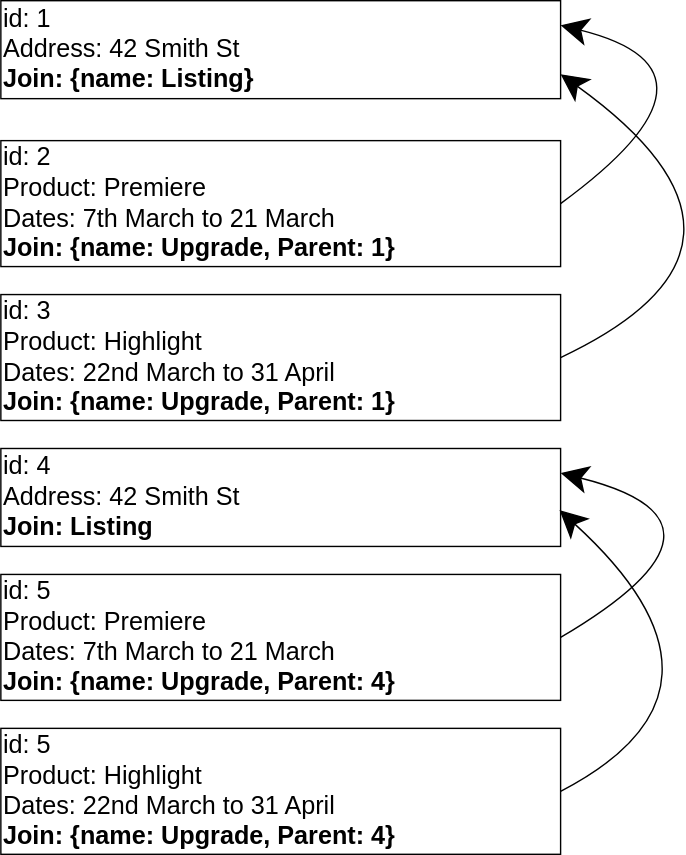
Above: 06-relationship-diagrams/ParentChild.svg in davidbkemp/advanced-elasticsearch-training (draw.io), before the change. Source tidied: cells renumbered, new cells last; positions are measured from the earlier drawing's top-left corner, leaving out a move shared by most shapes. Its diagram source:
```xml
<mxGraphModel>
  <root>
    <mxCell id="0" />
    <mxCell id="1" parent="0" />
    <mxCell id="2" value="id: 1&lt;br style=&quot;font-size: 18px&quot;&gt;Address: 42 Smith St&lt;br style=&quot;font-size: 18px&quot;&gt;&lt;b style=&quot;font-size: 18px&quot;&gt;Join: {name: Listing}&lt;/b&gt;" style="rounded=0;whiteSpace=wrap;html=1;fontSize=18;align=left;" parent="1" vertex="1">
      <mxGeometry width="400" height="70" as="geometry" />
    </mxCell>
    <mxCell id="3" value="id: 2&lt;br style=&quot;font-size: 18px&quot;&gt;Product: Premiere&lt;br style=&quot;font-size: 18px&quot;&gt;Dates: 7th March to 21 March&amp;nbsp;&lt;br style=&quot;font-size: 18px&quot;&gt;&lt;b style=&quot;font-size: 18px&quot;&gt;Join: {name: Upgrade, Parent: 1}&lt;/b&gt;" style="rounded=0;whiteSpace=wrap;html=1;fontSize=18;align=left;" parent="1" vertex="1">
      <mxGeometry y="100" width="400" height="90" as="geometry" />
    </mxCell>
    <mxCell id="4" value="id: 3&lt;br style=&quot;font-size: 18px&quot;&gt;Product: Highlight&lt;br style=&quot;font-size: 18px&quot;&gt;Dates: 22nd March to 31 April&amp;nbsp;&lt;br style=&quot;font-size: 18px&quot;&gt;&lt;b&gt;Join: {name: Upgrade, Parent: 1}&lt;/b&gt;" style="rounded=0;whiteSpace=wrap;html=1;fontSize=18;align=left;" parent="1" vertex="1">
      <mxGeometry y="210" width="400" height="90" as="geometry" />
    </mxCell>
    <mxCell id="5" value="id: 4&lt;br style=&quot;font-size: 18px&quot;&gt;Address: 42 Smith St&lt;br style=&quot;font-size: 18px&quot;&gt;&lt;b style=&quot;font-size: 18px&quot;&gt;Join: Listing&lt;/b&gt;" style="rounded=0;whiteSpace=wrap;html=1;fontSize=18;align=left;" parent="1" vertex="1">
      <mxGeometry y="320" width="400" height="70" as="geometry" />
    </mxCell>
    <mxCell id="6" value="id: 5&lt;br style=&quot;font-size: 18px&quot;&gt;Product: Premiere&lt;br style=&quot;font-size: 18px&quot;&gt;Dates: 7th March to 21 March&amp;nbsp;&lt;br style=&quot;font-size: 18px&quot;&gt;&lt;b&gt;Join: {name: Upgrade, Parent: 4}&lt;/b&gt;" style="rounded=0;whiteSpace=wrap;html=1;fontSize=18;align=left;" parent="1" vertex="1">
      <mxGeometry y="410" width="400" height="90" as="geometry" />
    </mxCell>
    <mxCell id="7" value="id: 5&lt;br style=&quot;font-size: 18px&quot;&gt;Product: Highlight&lt;br style=&quot;font-size: 18px&quot;&gt;Dates: 22nd March to 31 April&amp;nbsp;&lt;br style=&quot;font-size: 18px&quot;&gt;&lt;b&gt;Join: {name: Upgrade, Parent: 4}&lt;/b&gt;" style="rounded=0;whiteSpace=wrap;html=1;fontSize=18;align=left;" parent="1" vertex="1">
      <mxGeometry y="520" width="400" height="90" as="geometry" />
    </mxCell>
    <mxCell id="8" style="edgeStyle=orthogonalEdgeStyle;rounded=0;orthogonalLoop=1;jettySize=auto;html=1;exitX=0.5;exitY=1;exitDx=0;exitDy=0;fontSize=18;" parent="1" edge="1" source="6" target="6">
      <mxGeometry relative="1" as="geometry" />
    </mxCell>
    <mxCell id="9" style="curved=1;endArrow=classic;html=1;fontSize=18;exitX=1;exitY=0.5;exitDx=0;exitDy=0;entryX=1;entryY=0.25;entryDx=0;entryDy=0;endSize=17;" parent="1" edge="1" source="3" target="2">
      <mxGeometry relative="1" as="geometry">
        <Array as="points">
          <mxPoint x="530" y="50" />
        </Array>
      </mxGeometry>
    </mxCell>
    <mxCell id="10" style="curved=1;endArrow=classic;html=1;fontSize=18;exitX=1;exitY=0.5;exitDx=0;exitDy=0;entryX=1;entryY=0.75;entryDx=0;entryDy=0;endSize=17;" parent="1" edge="1" source="4" target="2">
      <mxGeometry relative="1" as="geometry">
        <Array as="points">
          <mxPoint x="570" y="175" />
        </Array>
      </mxGeometry>
    </mxCell>
    <mxCell id="11" style="curved=1;endArrow=classic;html=1;fontSize=18;exitX=1;exitY=0.5;exitDx=0;exitDy=0;entryX=1;entryY=0.25;entryDx=0;entryDy=0;endSize=17;" parent="1" edge="1" source="6" target="5">
      <mxGeometry relative="1" as="geometry">
        <Array as="points">
          <mxPoint x="540" y="372.5" />
        </Array>
      </mxGeometry>
    </mxCell>
    <mxCell id="12" style="curved=1;endArrow=classic;html=1;fontSize=18;exitX=1;exitY=0.5;exitDx=0;exitDy=0;endSize=17;entryX=0.998;entryY=0.629;entryDx=0;entryDy=0;entryPerimeter=0;" parent="1" edge="1" source="7" target="5">
      <mxGeometry relative="1" as="geometry">
        <Array as="points">
          <mxPoint x="540" y="492.5" />
        </Array>
      </mxGeometry>
    </mxCell>
  </root>
</mxGraphModel>
```
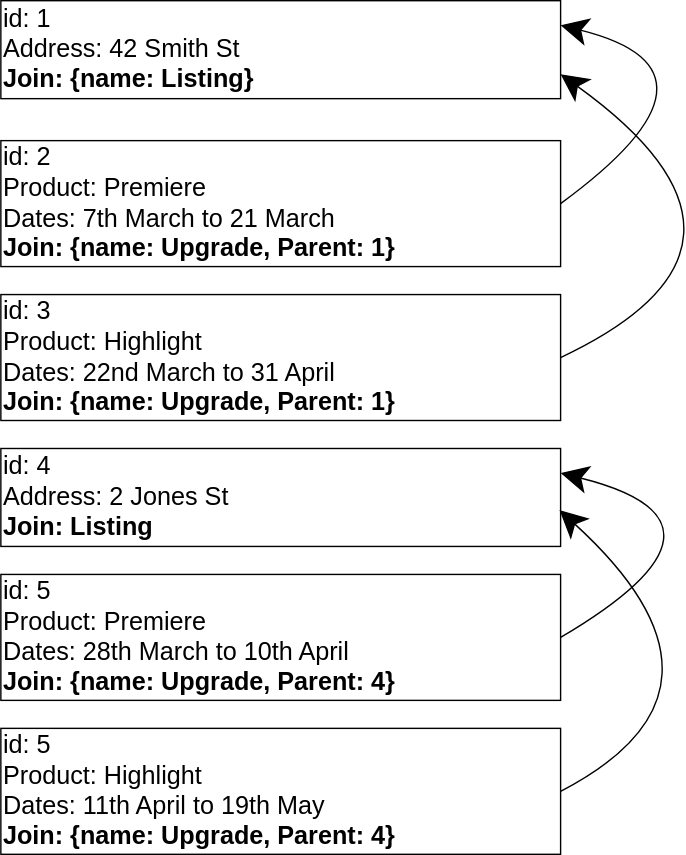
The same diagram one commit later.

Diff of the diagram source:
```diff
@@ -11,13 +11,13 @@
     <mxCell id="4" value="id: 3&lt;br style=&quot;font-size: 18px&quot;&gt;Product: Highlight&lt;br style=&quot;font-size: 18px&quot;&gt;Dates: 22nd March to 31 April&amp;nbsp;&lt;br style=&quot;font-size: 18px&quot;&gt;&lt;b&gt;Join: {name: Upgrade, Parent: 1}&lt;/b&gt;" style="rounded=0;whiteSpace=wrap;html=1;fontSize=18;align=left;" parent="1" vertex="1">
       <mxGeometry y="210" width="400" height="90" as="geometry" />
     </mxCell>
-    <mxCell id="5" value="id: 4&lt;br style=&quot;font-size: 18px&quot;&gt;Address: 42 Smith St&lt;br style=&quot;font-size: 18px&quot;&gt;&lt;b style=&quot;font-size: 18px&quot;&gt;Join: Listing&lt;/b&gt;" style="rounded=0;whiteSpace=wrap;html=1;fontSize=18;align=left;" parent="1" vertex="1">
+    <mxCell id="5" value="id: 4&lt;br style=&quot;font-size: 18px&quot;&gt;Address: 2 Jones St&lt;br style=&quot;font-size: 18px&quot;&gt;&lt;b style=&quot;font-size: 18px&quot;&gt;Join: Listing&lt;/b&gt;" style="rounded=0;whiteSpace=wrap;html=1;fontSize=18;align=left;" parent="1" vertex="1">
       <mxGeometry y="320" width="400" height="70" as="geometry" />
     </mxCell>
-    <mxCell id="6" value="id: 5&lt;br style=&quot;font-size: 18px&quot;&gt;Product: Premiere&lt;br style=&quot;font-size: 18px&quot;&gt;Dates: 7th March to 21 March&amp;nbsp;&lt;br style=&quot;font-size: 18px&quot;&gt;&lt;b&gt;Join: {name: Upgrade, Parent: 4}&lt;/b&gt;" style="rounded=0;whiteSpace=wrap;html=1;fontSize=18;align=left;" parent="1" vertex="1">
+    <mxCell id="6" value="id: 5&lt;br style=&quot;font-size: 18px&quot;&gt;Product: Premiere&lt;br style=&quot;font-size: 18px&quot;&gt;Dates: 28th March to 10th April&amp;nbsp;&lt;br style=&quot;font-size: 18px&quot;&gt;&lt;b&gt;Join: {name: Upgrade, Parent: 4}&lt;/b&gt;" style="rounded=0;whiteSpace=wrap;html=1;fontSize=18;align=left;" parent="1" vertex="1">
       <mxGeometry y="410" width="400" height="90" as="geometry" />
     </mxCell>
-    <mxCell id="7" value="id: 5&lt;br style=&quot;font-size: 18px&quot;&gt;Product: Highlight&lt;br style=&quot;font-size: 18px&quot;&gt;Dates: 22nd March to 31 April&amp;nbsp;&lt;br style=&quot;font-size: 18px&quot;&gt;&lt;b&gt;Join: {name: Upgrade, Parent: 4}&lt;/b&gt;" style="rounded=0;whiteSpace=wrap;html=1;fontSize=18;align=left;" parent="1" vertex="1">
+    <mxCell id="7" value="id: 5&lt;br style=&quot;font-size: 18px&quot;&gt;Product: Highlight&lt;br style=&quot;font-size: 18px&quot;&gt;Dates: 11th April to 19th May&amp;nbsp;&lt;br style=&quot;font-size: 18px&quot;&gt;&lt;b&gt;Join: {name: Upgrade, Parent: 4}&lt;/b&gt;" style="rounded=0;whiteSpace=wrap;html=1;fontSize=18;align=left;" parent="1" vertex="1">
       <mxGeometry y="520" width="400" height="90" as="geometry" />
     </mxCell>
     <mxCell id="8" style="edgeStyle=orthogonalEdgeStyle;rounded=0;orthogonalLoop=1;jettySize=auto;html=1;exitX=0.5;exitY=1;exitDx=0;exitDy=0;fontSize=18;" parent="1" edge="1" source="6" target="6">
```
